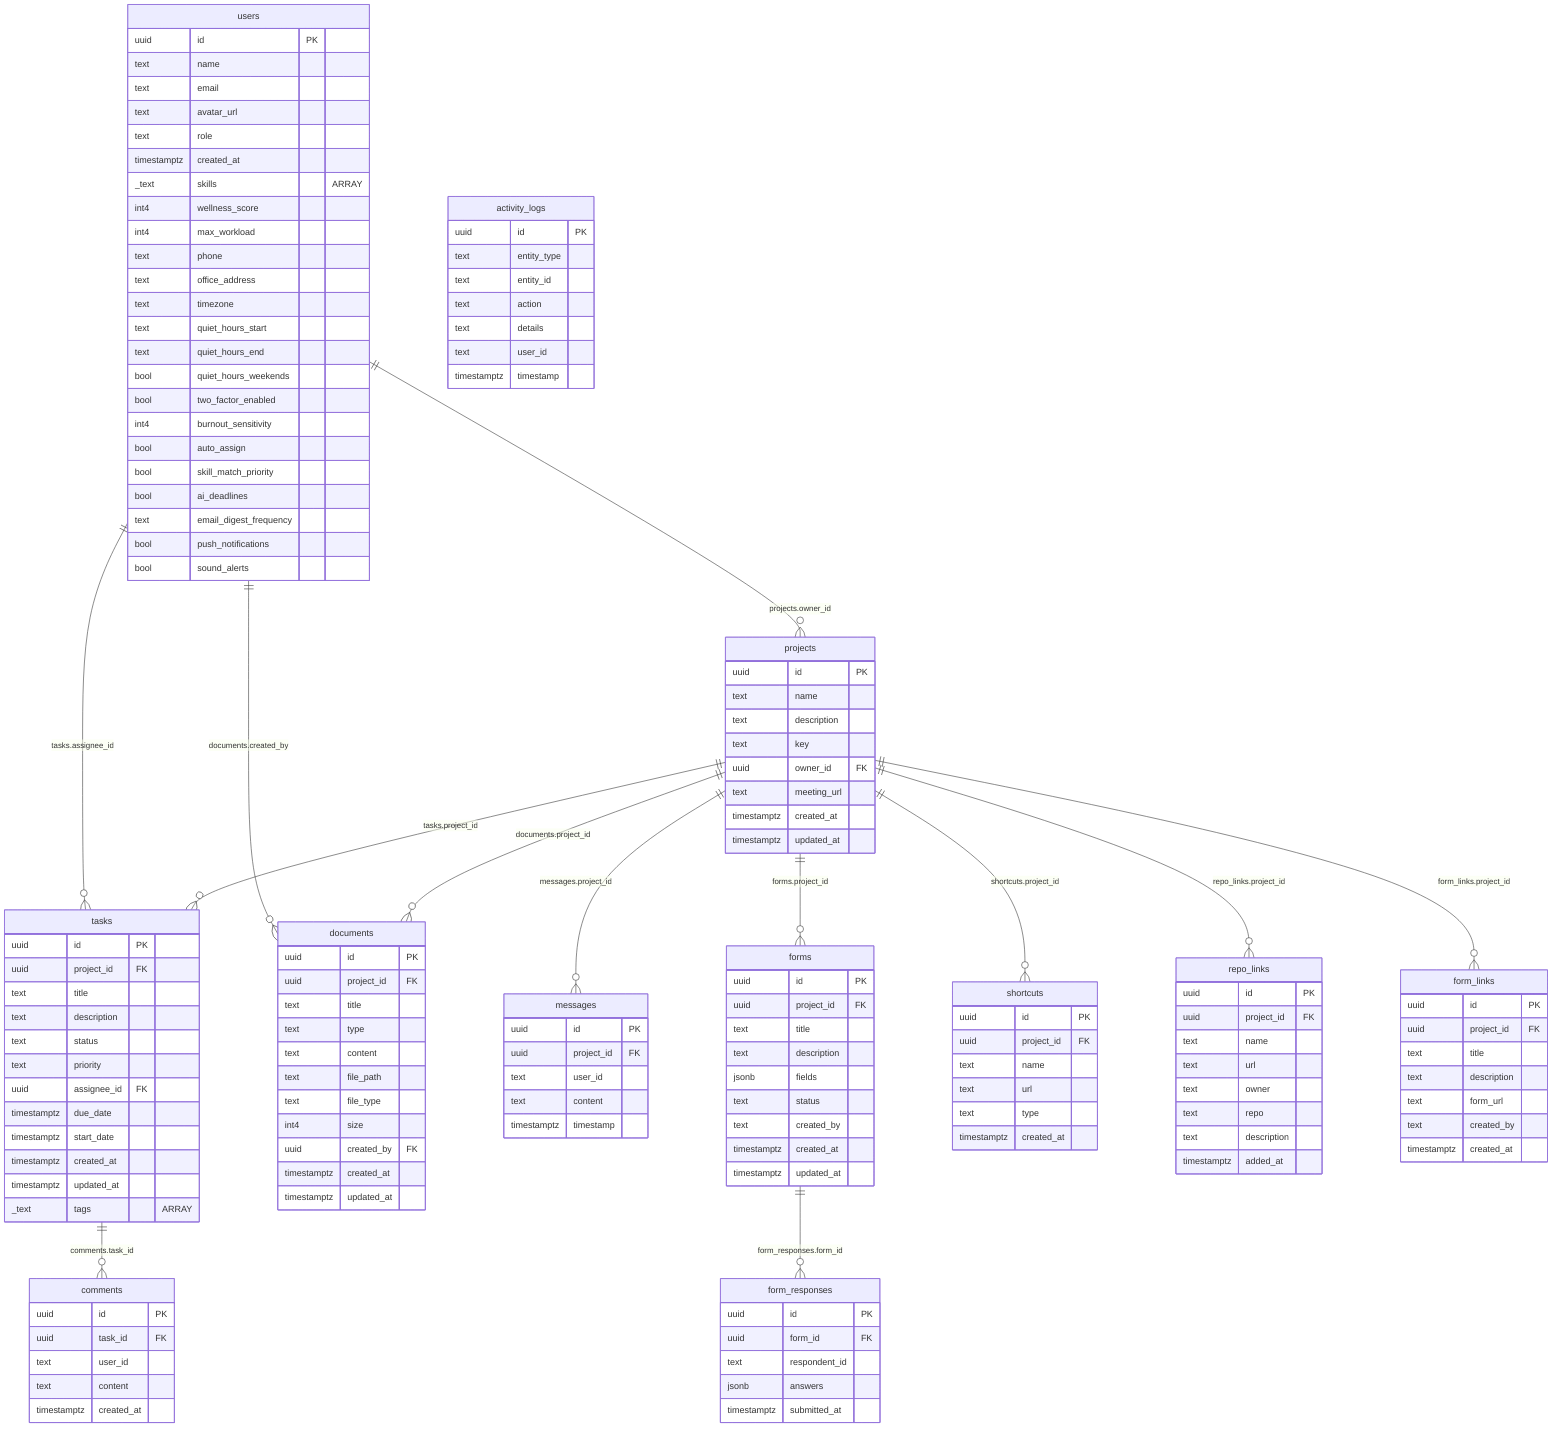
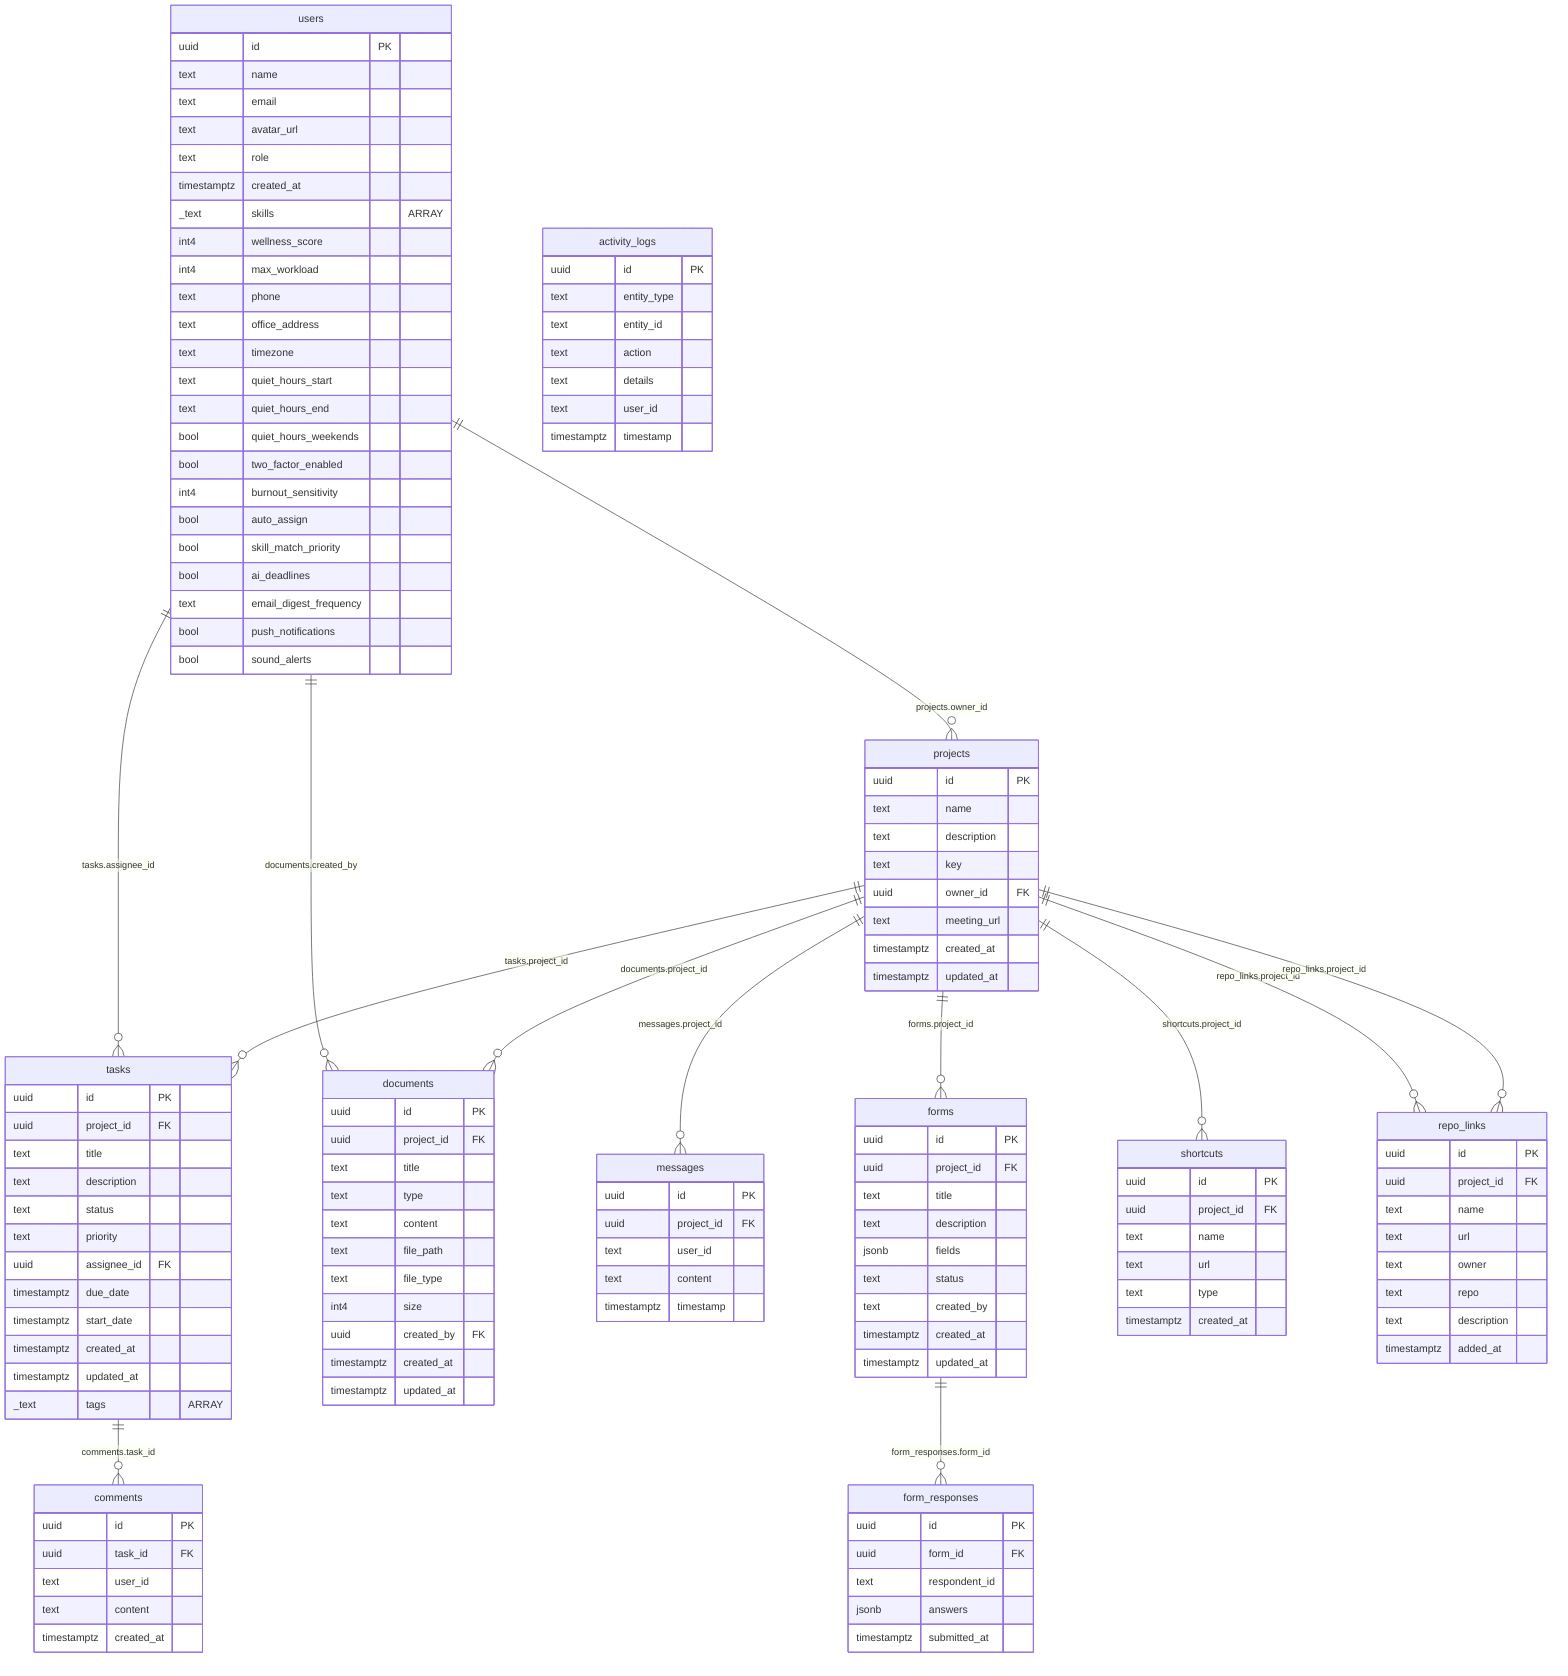
%%{init: {"sequence": {"mirrorActors": false}}}%%
erDiagram
    users ||--o{ projects : "projects.owner_id"
    users ||--o{ tasks : "tasks.assignee_id"
    users ||--o{ documents : "documents.created_by"

    projects ||--o{ tasks : "tasks.project_id"
    projects ||--o{ documents : "documents.project_id"
    projects ||--o{ messages : "messages.project_id"
    projects ||--o{ forms : "forms.project_id"
    projects ||--o{ shortcuts : "shortcuts.project_id"
    projects ||--o{ repo_links : "repo_links.project_id"
-     projects ||--o{ form_links : "form_links.project_id"
+     projects ||--o{ repo_links : "repo_links.project_id"

    tasks ||--o{ comments : "comments.task_id"

    forms ||--o{ form_responses : "form_responses.form_id"

    users {
        uuid id PK
        text name
        text email
        text avatar_url
        text role
        timestamptz created_at
        _text skills "ARRAY"
        int4 wellness_score
        int4 max_workload
        text phone
        text office_address
        text timezone
        text quiet_hours_start
        text quiet_hours_end
        bool quiet_hours_weekends
        bool two_factor_enabled
        int4 burnout_sensitivity
        bool auto_assign
        bool skill_match_priority
        bool ai_deadlines
        text email_digest_frequency
        bool push_notifications
        bool sound_alerts
    }

    projects {
        uuid id PK
        text name
        text description
        text key
        uuid owner_id FK
        text meeting_url
        timestamptz created_at
        timestamptz updated_at
    }

    tasks {
        uuid id PK
        uuid project_id FK
        text title
        text description
        text status
        text priority
        uuid assignee_id FK
        timestamptz due_date
        timestamptz start_date
        timestamptz created_at
        timestamptz updated_at
        _text tags "ARRAY"
    }

    documents {
        uuid id PK
        uuid project_id FK
        text title
        text type
        text content
        text file_path
        text file_type
        int4 size
        uuid created_by FK
        timestamptz created_at
        timestamptz updated_at
    }

    activity_logs {
        uuid id PK
        text entity_type
        text entity_id
        text action
        text details
        text user_id
        timestamptz timestamp
    }

    messages {
        uuid id PK
        uuid project_id FK
        text user_id
        text content
        timestamptz timestamp
    }

    comments {
        uuid id PK
        uuid task_id FK
        text user_id
        text content
        timestamptz created_at
    }

    forms {
        uuid id PK
        uuid project_id FK
        text title
        text description
        jsonb fields
        text status
        text created_by
        timestamptz created_at
        timestamptz updated_at
    }

    form_responses {
        uuid id PK
        uuid form_id FK
        text respondent_id
        jsonb answers
        timestamptz submitted_at
    }

    shortcuts {
        uuid id PK
        uuid project_id FK
        text name
        text url
        text type
        timestamptz created_at
    }

    repo_links {
        uuid id PK
        uuid project_id FK
        text name
        text url
        text owner
        text repo
        text description
        timestamptz added_at
    }

-     form_links {
-         uuid id PK
-         uuid project_id FK
-         text title
-         text description
-         text form_url
-         text created_by
-         timestamptz created_at
-     }
